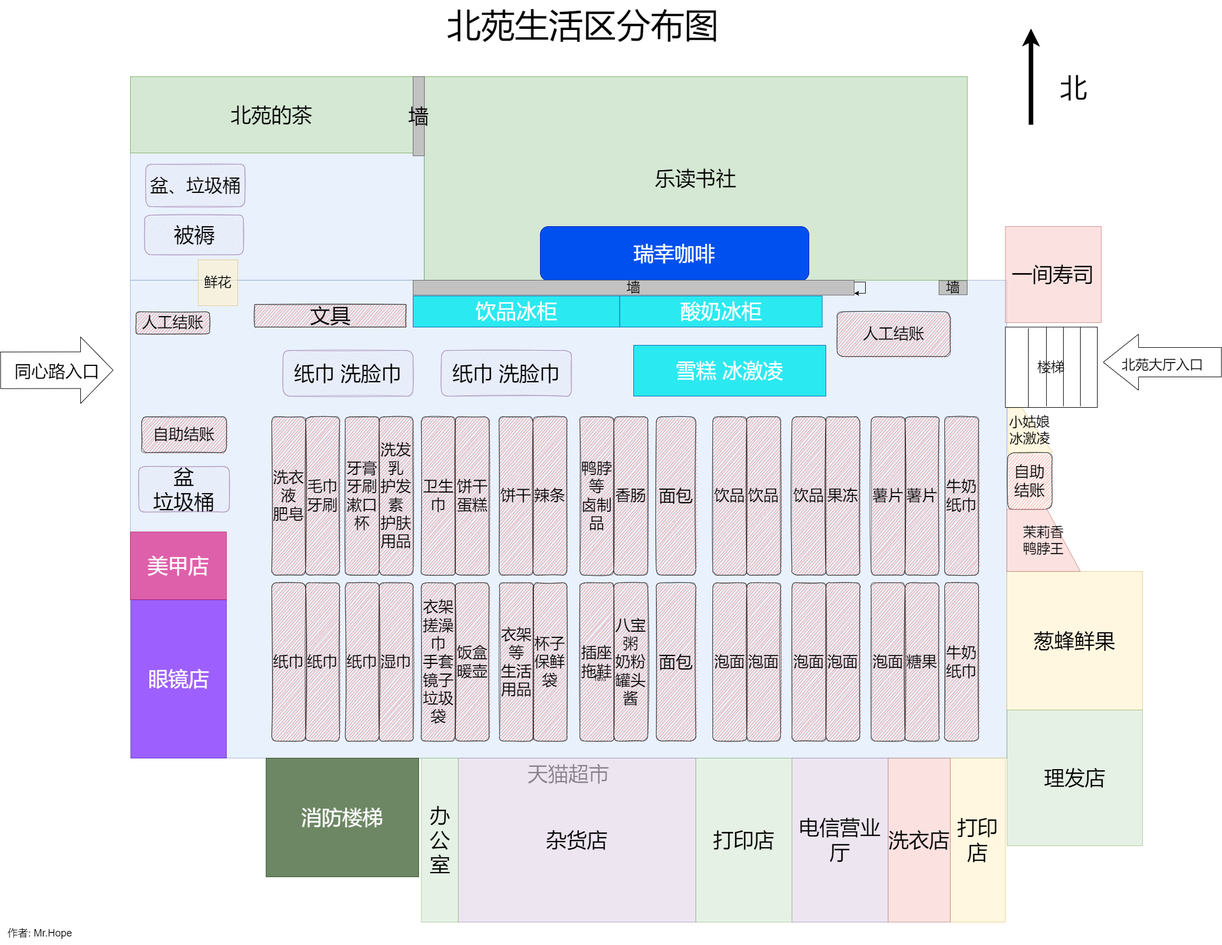
Earlier version of the draw.io export img/life/beiyuan/map.png (inNENU/2023-resource). Source tidied: cells renumbered, new cells last; positions are measured from the earlier drawing's top-left corner, leaving out a move shared by most shapes.
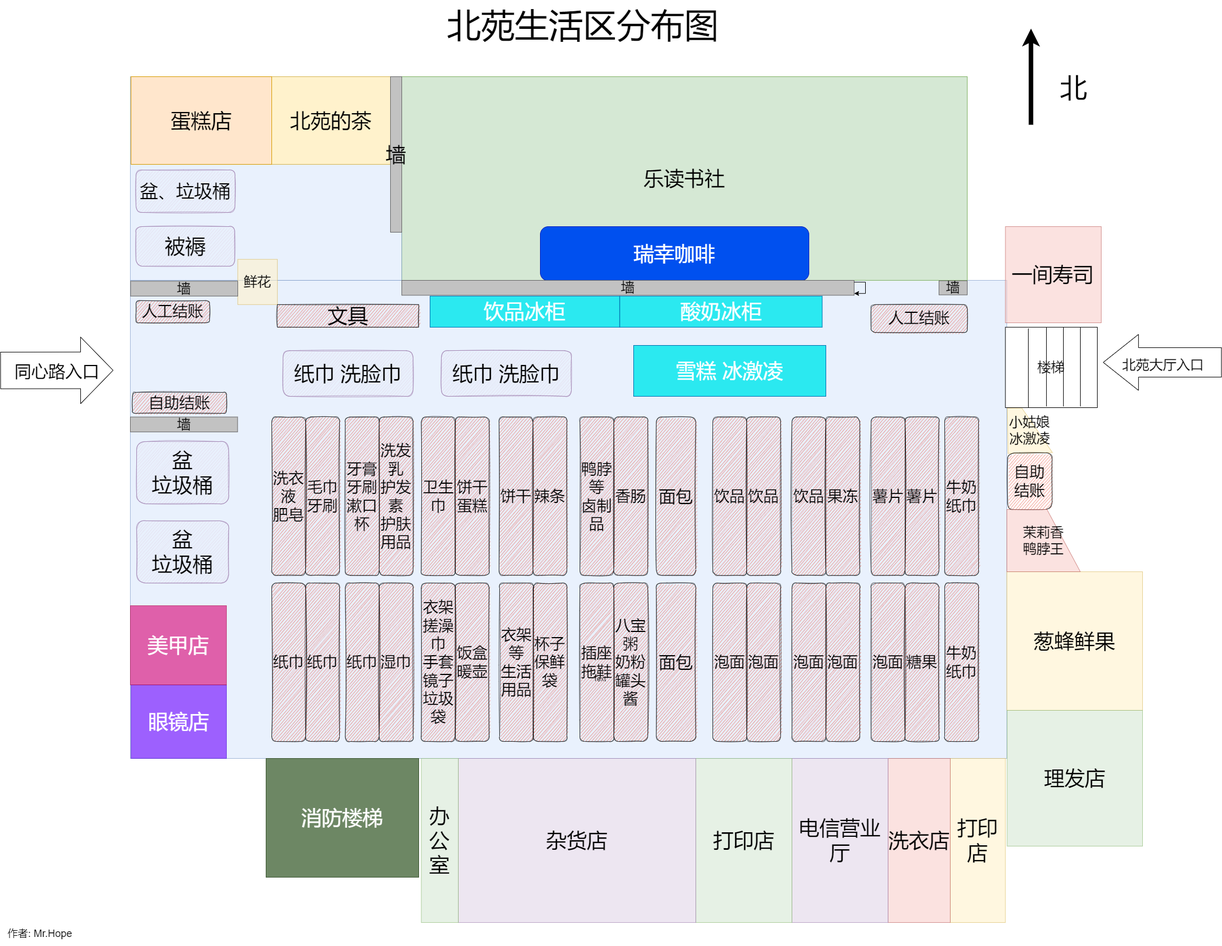
Later version of the same file.

Change to the diagram source:
```diff
@@ -2,11 +2,11 @@
   <root>
     <mxCell id="0" />
     <mxCell id="1" parent="0" />
-    <mxCell id="2" value="天猫超市" style="rounded=0;whiteSpace=wrap;html=1;fillColor=#dae8fc;strokeColor=#6c8ebf;align=center;opacity=60;fontSize=36;labelPosition=center;verticalLabelPosition=bottom;verticalAlign=top;" parent="1" vertex="1">
+    <mxCell id="2" style="rounded=0;whiteSpace=wrap;html=1;fillColor=#dae8fc;strokeColor=#6c8ebf;align=right;opacity=60;fontSize=36;labelPosition=left;verticalLabelPosition=middle;verticalAlign=middle;" parent="1" vertex="1">
       <mxGeometry x="230" y="495" width="1550" height="845" as="geometry" />
     </mxCell>
     <mxCell id="3" value="乐读书社" style="rounded=0;whiteSpace=wrap;html=1;shadow=0;glass=0;sketch=0;fillColor=#d5e8d4;strokeColor=#82b366;fontSize=36;" parent="1" vertex="1">
-      <mxGeometry x="749.9" y="135" width="960.1" height="360" as="geometry" />
+      <mxGeometry x="710" y="135" width="1000" height="360" as="geometry" />
     </mxCell>
     <mxCell id="4" style="endArrow=classic;html=1;rounded=0;fontSize=36;strokeWidth=8;" parent="1" edge="1">
       <mxGeometry relative="1" as="geometry">
@@ -21,13 +21,13 @@
       <mxGeometry x="955" y="400" width="475" height="95.7" as="geometry" />
     </mxCell>
     <mxCell id="7" style="rounded=0;whiteSpace=wrap;html=1;fillColor=#dae8fc;strokeColor=#6c8ebf;align=center;opacity=60;fontSize=36;" parent="1" vertex="1">
-      <mxGeometry x="230" y="135" width="519.6" height="360" as="geometry" />
+      <mxGeometry x="230" y="135" width="480" height="360" as="geometry" />
     </mxCell>
-    <mxCell id="8" value="北苑的茶" style="rounded=0;whiteSpace=wrap;html=1;shadow=0;glass=0;sketch=0;fillColor=#d5e8d4;strokeColor=#82b366;fontSize=36;" parent="1" vertex="1">
-      <mxGeometry x="230" y="135" width="500" height="135" as="geometry" />
+    <mxCell id="8" value="北苑的茶" style="rounded=0;whiteSpace=wrap;html=1;shadow=0;glass=0;sketch=0;fillColor=#fff2cc;strokeColor=#d6b656;fontSize=36;" parent="1" vertex="1">
+      <mxGeometry x="480" y="135" width="210" height="155" as="geometry" />
     </mxCell>
     <mxCell id="9" value="墙" style="rounded=0;whiteSpace=wrap;html=1;glass=0;shadow=0;sketch=0;fillColor=#C2C2C2;gradientColor=none;strokeColor=#666666;fillStyle=auto;fontSize=24;" parent="1" vertex="1">
-      <mxGeometry x="730" y="495" width="780" height="26.4" as="geometry" />
+      <mxGeometry x="710" y="495" width="800" height="26.4" as="geometry" />
     </mxCell>
     <mxCell id="10" value="&lt;font style=&quot;font-size: 24px;&quot;&gt;墙&lt;/font&gt;" style="rounded=0;whiteSpace=wrap;html=1;glass=0;shadow=0;sketch=0;fillColor=#C2C2C2;gradientColor=none;strokeColor=#666666;fontSize=24;" parent="1" vertex="1">
       <mxGeometry x="1660" y="495.7" width="50" height="25" as="geometry" />
@@ -57,16 +57,16 @@
       <mxGeometry x="1230" y="1340" width="170" height="290" as="geometry" />
     </mxCell>
     <mxCell id="19" value="眼镜店" style="rounded=0;whiteSpace=wrap;html=1;shadow=0;glass=0;sketch=0;fillStyle=auto;fontSize=36;fillColor=#6a00ff;opacity=60;fontColor=#ffffff;strokeColor=#3700CC;" parent="1" vertex="1">
-      <mxGeometry x="231.2" y="1060" width="168.8" height="280" as="geometry" />
+      <mxGeometry x="231.2" y="1210" width="168.8" height="130" as="geometry" />
     </mxCell>
     <mxCell id="20" value="杂货店" style="rounded=0;whiteSpace=wrap;html=1;shadow=0;glass=0;sketch=0;fillStyle=auto;fontSize=36;fillColor=#e1d5e7;opacity=60;strokeColor=#9673a6;" parent="1" vertex="1">
       <mxGeometry x="810" y="1340" width="420" height="290" as="geometry" />
     </mxCell>
     <mxCell id="21" value="美甲店" style="rounded=0;whiteSpace=wrap;html=1;shadow=0;glass=0;sketch=0;fillStyle=auto;fontSize=36;fillColor=#d80073;opacity=60;fontColor=#ffffff;strokeColor=#A50040;" parent="1" vertex="1">
-      <mxGeometry x="230" y="940" width="170" height="120" as="geometry" />
+      <mxGeometry x="230" y="1070" width="170" height="140" as="geometry" />
     </mxCell>
     <mxCell id="22" value="鲜花" style="rounded=0;whiteSpace=wrap;html=1;shadow=0;glass=0;sketch=0;fillStyle=auto;fontSize=24;fillColor=#fff2cc;opacity=60;strokeColor=#d6b656;" parent="1" vertex="1">
-      <mxGeometry x="350" y="458.9" width="70" height="81.1" as="geometry" />
+      <mxGeometry x="420" y="457.8" width="70" height="80" as="geometry" />
     </mxCell>
     <mxCell id="23" value="&lt;font style=&quot;font-size: 24px;&quot;&gt;北苑大厅入口&lt;/font&gt;" style="shape=flexArrow;endArrow=classic;html=1;rounded=0;fontSize=36;width=52;endSize=20.44666666666667;endWidth=46;" parent="1" edge="1">
       <mxGeometry relative="1" as="geometry">
@@ -81,13 +81,13 @@
       </mxGeometry>
     </mxCell>
     <mxCell id="25" value="文具" style="rounded=0;whiteSpace=wrap;html=1;shadow=0;glass=0;sketch=1;fillStyle=auto;fontSize=36;fontColor=none;fillColor=#E85642;gradientColor=none;opacity=60;" parent="1" vertex="1">
-      <mxGeometry x="450" y="537.8" width="267.5" height="40" as="geometry" />
+      <mxGeometry x="490" y="537.8" width="250" height="40" as="geometry" />
     </mxCell>
     <mxCell id="26" value="牛奶&lt;br style=&quot;font-size: 27px;&quot;&gt;纸巾" style="rounded=1;whiteSpace=wrap;html=1;shadow=0;glass=0;sketch=1;fillStyle=auto;fontSize=27;fontColor=none;fillColor=#E85642;gradientColor=none;opacity=60;" parent="1" vertex="1">
       <mxGeometry x="1670" y="1030" width="60" height="280" as="geometry" />
     </mxCell>
     <mxCell id="27" value="饮品冰柜" style="rounded=0;whiteSpace=wrap;html=1;shadow=0;glass=0;sketch=0;fillStyle=auto;fontSize=36;fontColor=#ffffff;fillColor=#2BE9F0;strokeColor=#006EAF;" parent="1" vertex="1">
-      <mxGeometry x="730" y="522.8" width="365.5" height="55" as="geometry" />
+      <mxGeometry x="760" y="522.8" width="335.5" height="55" as="geometry" />
     </mxCell>
     <mxCell id="28" value="酸奶冰柜" style="rounded=0;whiteSpace=wrap;html=1;shadow=0;glass=0;sketch=0;fillStyle=auto;fontSize=36;fontColor=#ffffff;fillColor=#2BE9F0;strokeColor=#006EAF;" parent="1" vertex="1">
       <mxGeometry x="1095.5" y="522.8" width="358" height="55" as="geometry" />
@@ -99,16 +99,16 @@
       <mxGeometry x="1781.4" y="800" width="78.6" height="100" as="geometry" />
     </mxCell>
     <mxCell id="31" value="盆、垃圾桶" style="rounded=1;whiteSpace=wrap;html=1;shadow=0;glass=0;sketch=1;fillStyle=auto;fontSize=32;fillColor=#e1d5e7;opacity=60;strokeColor=#9673a6;" parent="1" vertex="1">
-      <mxGeometry x="257.5" y="290" width="175" height="75" as="geometry" />
+      <mxGeometry x="240" y="300" width="175" height="75" as="geometry" />
     </mxCell>
     <mxCell id="32" value="墙" style="rounded=0;whiteSpace=wrap;html=1;glass=0;shadow=0;sketch=0;fillColor=#C2C2C2;gradientColor=none;strokeColor=#666666;fillStyle=auto;fontSize=36;" parent="1" vertex="1">
-      <mxGeometry x="730" y="135" width="20" height="140" as="geometry" />
+      <mxGeometry x="690" y="135" width="20" height="275" as="geometry" />
     </mxCell>
     <mxCell id="33" value="盆&lt;br style=&quot;font-size: 36px;&quot;&gt;垃圾桶" style="rounded=1;whiteSpace=wrap;html=1;shadow=0;glass=0;sketch=1;fillStyle=auto;fontSize=36;fillColor=#e1d5e7;opacity=60;strokeColor=#9673a6;" parent="1" vertex="1">
-      <mxGeometry x="245" y="824.2" width="160" height="80.7" as="geometry" />
+      <mxGeometry x="241.1" y="780" width="162.8" height="110" as="geometry" />
     </mxCell>
     <mxCell id="34" value="被褥" style="rounded=1;whiteSpace=wrap;html=1;shadow=0;glass=0;sketch=1;fillStyle=auto;fontSize=36;fillColor=#e1d5e7;opacity=60;strokeColor=#9673a6;" parent="1" vertex="1">
-      <mxGeometry x="255.5" y="380" width="174.5" height="70" as="geometry" />
+      <mxGeometry x="240" y="400" width="174.5" height="70" as="geometry" />
     </mxCell>
     <mxCell id="35" value="&lt;font style=&quot;font-size: 24px;&quot;&gt;茉莉香&lt;br style=&quot;font-size: 24px;&quot;&gt;鸭脖王&lt;/font&gt;" style="shape=manualInput;whiteSpace=wrap;html=1;rounded=0;shadow=0;glass=0;sketch=0;fillStyle=auto;fontSize=24;fillColor=#f8cecc;opacity=60;rotation=0;strokeColor=#b85450;direction=south;labelPosition=center;verticalLabelPosition=middle;align=center;verticalAlign=middle;size=59;" parent="1" vertex="1">
       <mxGeometry x="1780" y="900" width="130" height="110" as="geometry" />
@@ -216,16 +216,16 @@
       <mxGeometry x="480" y="736.5" width="60" height="280" as="geometry" />
     </mxCell>
     <mxCell id="70" value="自助结账" style="rounded=1;whiteSpace=wrap;html=1;shadow=0;glass=0;sketch=1;fillStyle=auto;fontSize=27;fontColor=none;fillColor=#E85642;gradientColor=none;opacity=60;" parent="1" vertex="1">
-      <mxGeometry x="250" y="736.5" width="150" height="63.5" as="geometry" />
+      <mxGeometry x="233.9" y="693" width="166.1" height="37" as="geometry" />
     </mxCell>
     <mxCell id="71" value="人工结账" style="rounded=1;whiteSpace=wrap;html=1;shadow=0;glass=0;sketch=1;fillStyle=auto;fontSize=27;fontColor=none;fillColor=#E85642;gradientColor=none;opacity=60;" parent="1" vertex="1">
-      <mxGeometry x="240" y="550.7" width="130" height="39.3" as="geometry" />
+      <mxGeometry x="240" y="530.7" width="130" height="39.3" as="geometry" />
     </mxCell>
     <mxCell id="72" value="雪糕 冰激凌" style="rounded=0;whiteSpace=wrap;html=1;shadow=0;glass=0;sketch=0;fillStyle=auto;fontSize=36;fontColor=#ffffff;fillColor=#2BE9F0;strokeColor=#006EAF;" parent="1" vertex="1">
       <mxGeometry x="1120" y="610" width="340" height="90" as="geometry" />
     </mxCell>
     <mxCell id="73" value="人工结账" style="rounded=1;whiteSpace=wrap;html=1;shadow=0;glass=0;sketch=1;fillStyle=auto;fontSize=27;fontColor=none;fillColor=#E85642;gradientColor=none;opacity=60;" parent="1" vertex="1">
-      <mxGeometry x="1480" y="550.7" width="200" height="79.3" as="geometry" />
+      <mxGeometry x="1540" y="537.8" width="170" height="49.3" as="geometry" />
     </mxCell>
     <mxCell id="74" value="&lt;font style=&quot;font-size: 60px;&quot;&gt;北苑生活区分布图&lt;/font&gt;" style="text;html=1;align=center;verticalAlign=middle;fillColor=none;strokeColor=none;rounded=0;fontSize=36;" parent="1" vertex="1">
       <mxGeometry x="780" width="500" height="90" as="geometry" />
@@ -277,5 +277,17 @@
         <mxPoint x="1910" y="577.8" as="targetPoint" />
       </mxGeometry>
     </mxCell>
+    <mxCell id="87" value="蛋糕店" style="rounded=0;whiteSpace=wrap;html=1;shadow=0;glass=0;sketch=0;fillColor=#ffe6cc;strokeColor=#d79b00;fontSize=36;" parent="1" vertex="1">
+      <mxGeometry x="231.2" y="135" width="248.8" height="155" as="geometry" />
+    </mxCell>
+    <mxCell id="88" value="墙" style="rounded=0;whiteSpace=wrap;html=1;glass=0;shadow=0;sketch=0;fillColor=#C2C2C2;gradientColor=none;strokeColor=#666666;fillStyle=auto;fontSize=24;" parent="1" vertex="1">
+      <mxGeometry x="230.4" y="496.5" width="189.6" height="26.4" as="geometry" />
+    </mxCell>
+    <mxCell id="89" value="盆&lt;br style=&quot;font-size: 36px;&quot;&gt;垃圾桶" style="rounded=1;whiteSpace=wrap;html=1;shadow=0;glass=0;sketch=1;fillStyle=auto;fontSize=36;fillColor=#e1d5e7;opacity=60;strokeColor=#9673a6;" parent="1" vertex="1">
+      <mxGeometry x="241.1" y="920" width="162.8" height="110" as="geometry" />
+    </mxCell>
+    <mxCell id="90" value="墙" style="rounded=0;whiteSpace=wrap;html=1;glass=0;shadow=0;sketch=0;fillColor=#C2C2C2;gradientColor=none;strokeColor=#666666;fillStyle=auto;fontSize=24;" parent="1" vertex="1">
+      <mxGeometry x="230" y="736.5" width="189.6" height="26.4" as="geometry" />
+    </mxCell>
   </root>
 </mxGraphModel>
```
